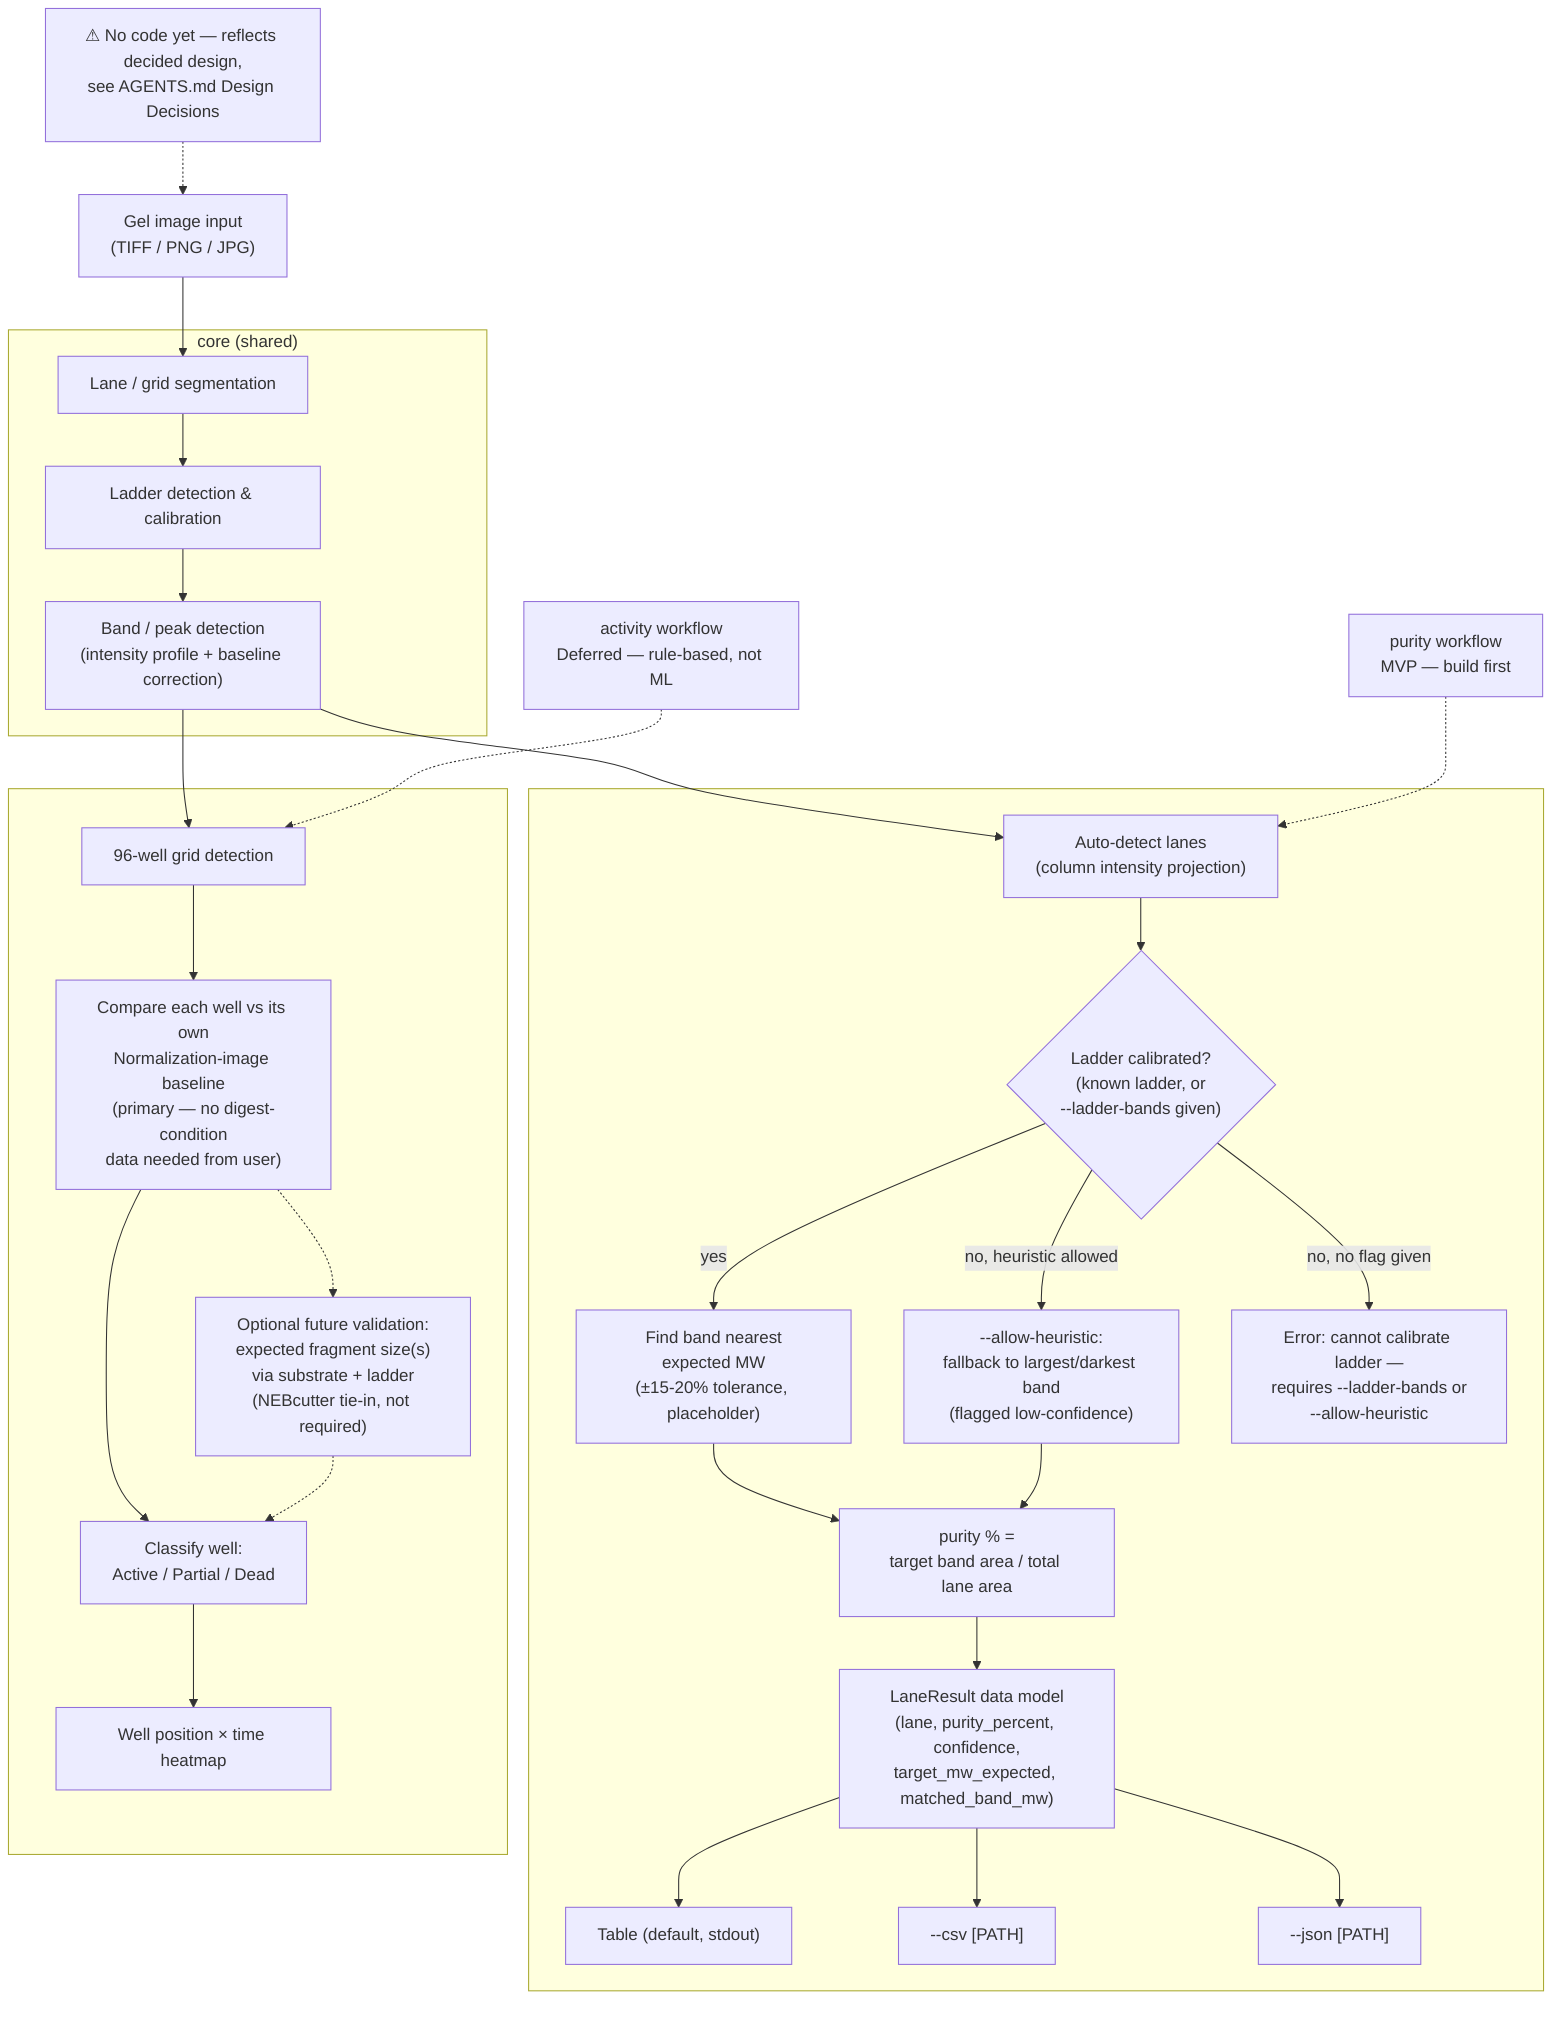
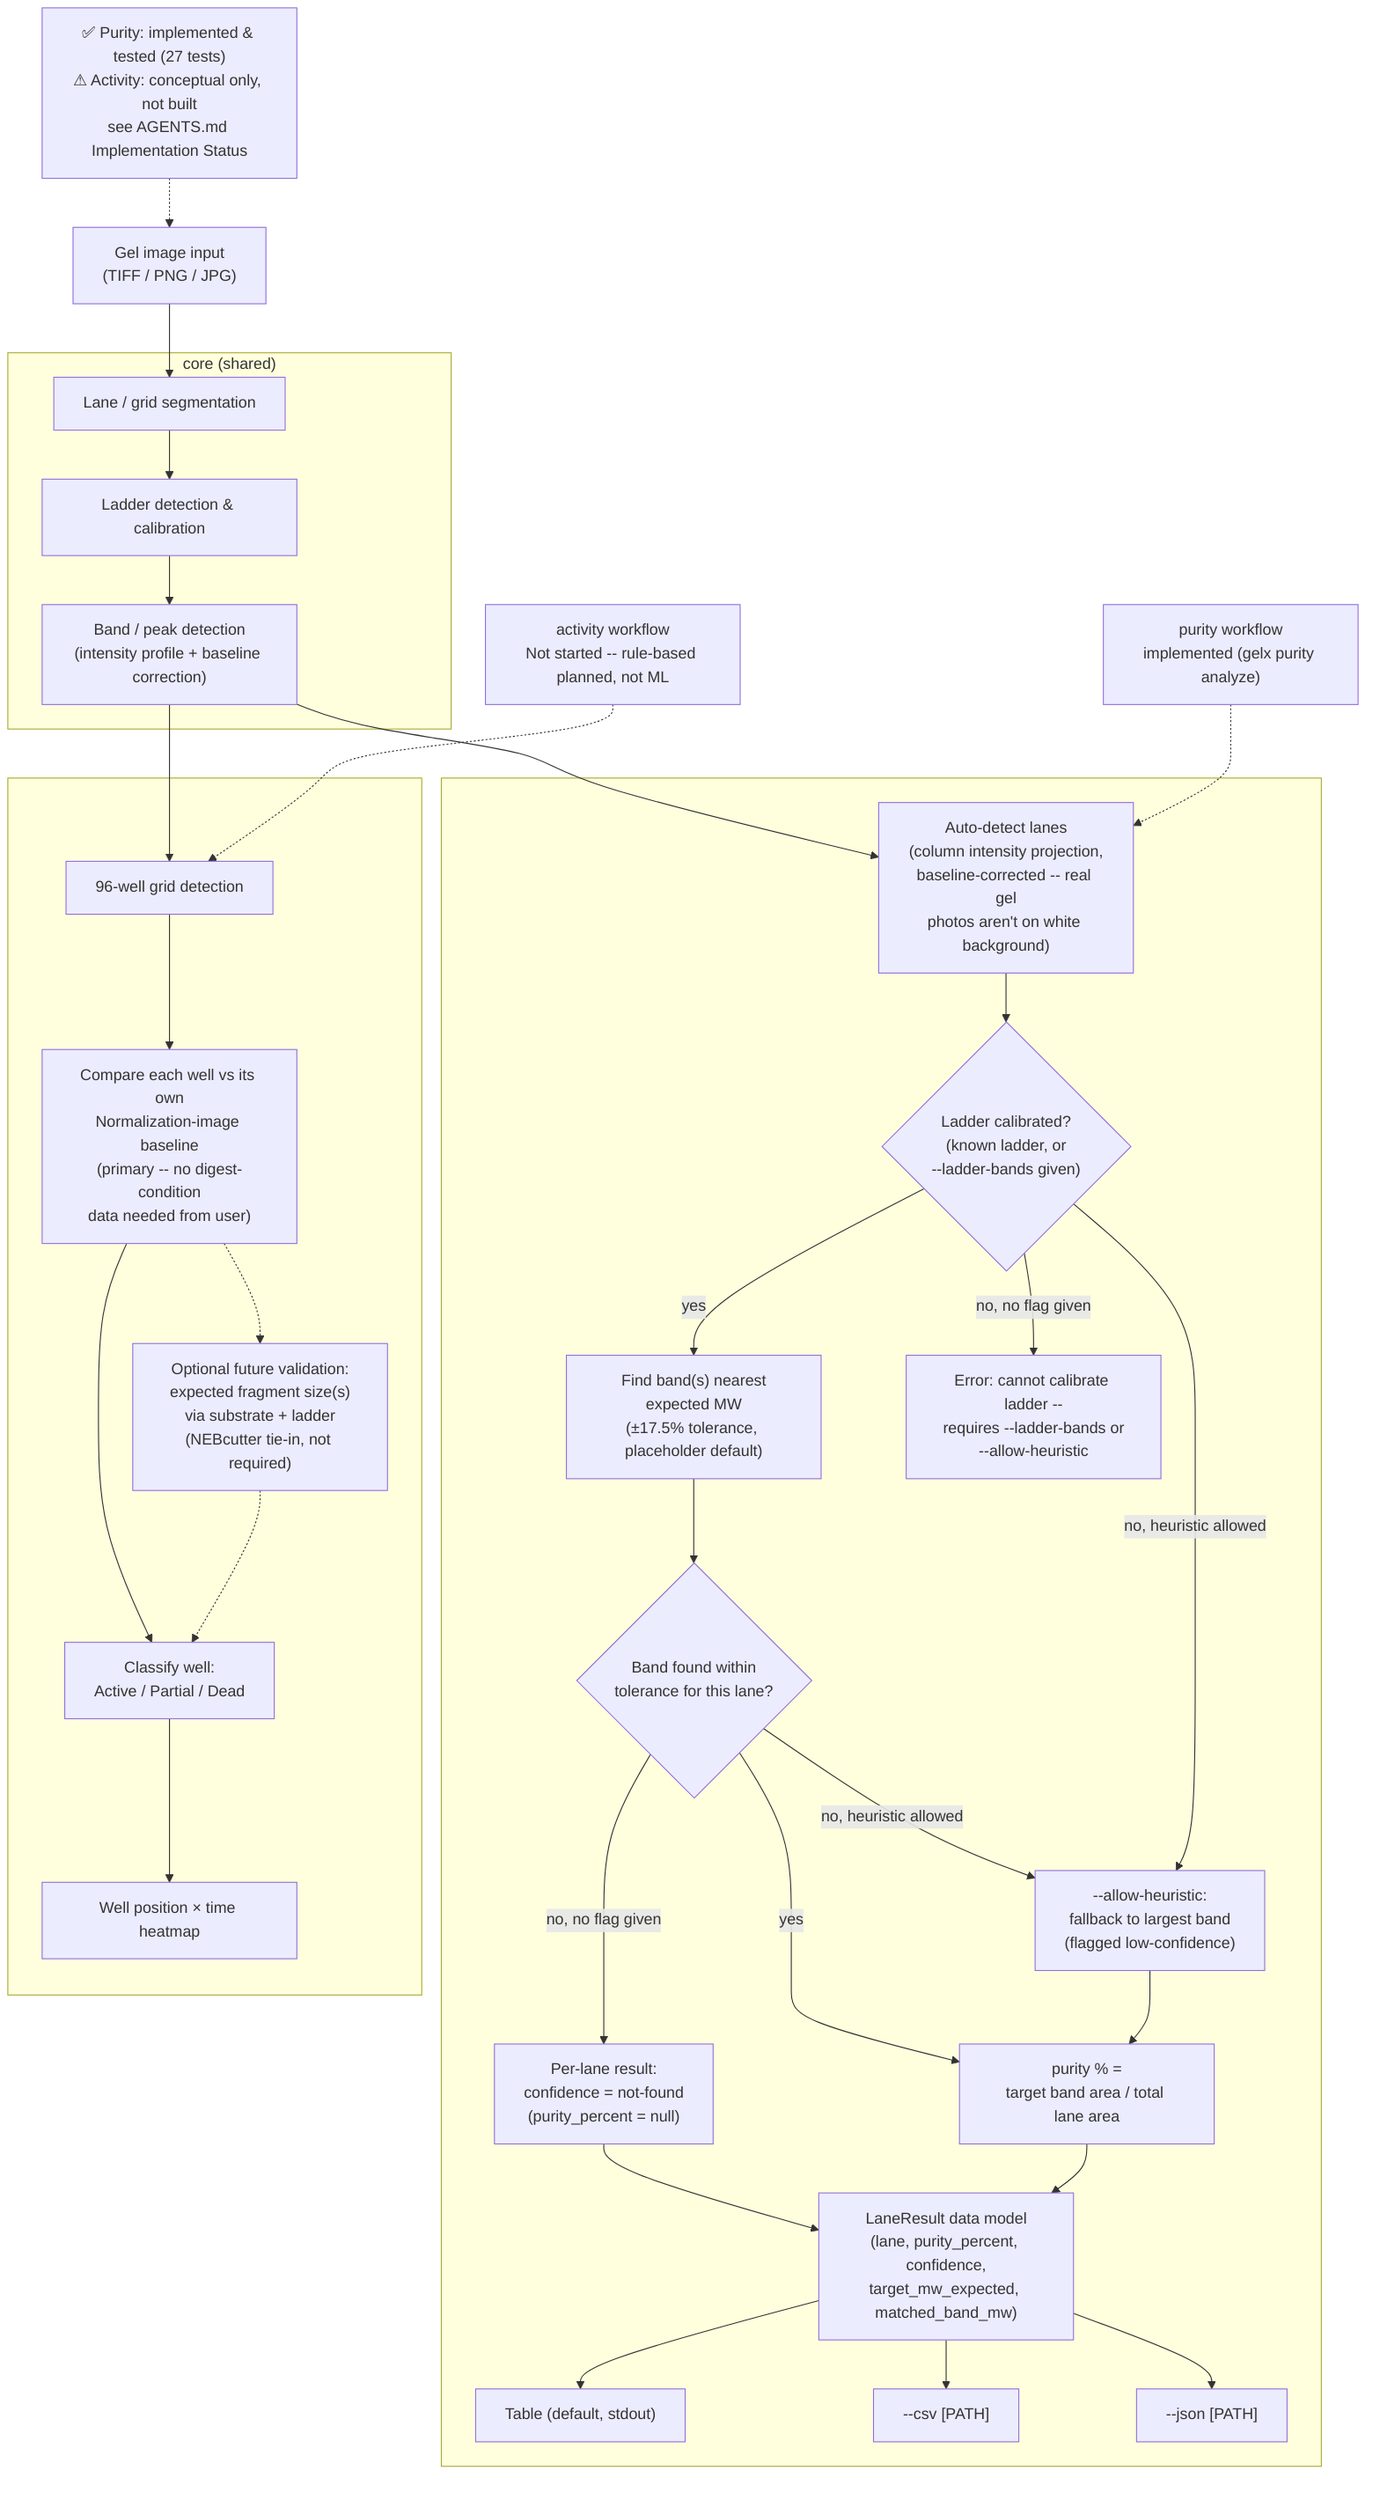
%% program-flow.mmd
- %% NOTE: No implementation exists yet. This reflects design decisions made as
- %% of 2026-07-13 (see AGENTS.md "Design Decisions"), not real code — it should
- %% be replaced with an actual class/sequence diagram once implementation
- %% exists.
+ %% NOTE: Reflects the purity workflow as actually implemented and tested
+ %% (src/gel_extractor/, 27 tests passing) plus the activity workflow's
+ %% still-conceptual design (see AGENTS.md "Design Decisions" and
+ %% "Implementation Status"). Not a full class/sequence diagram -- still a
+ %% data-flow sketch, just one grounded in working code on the purity side.

flowchart TD
-     Note["⚠ No code yet — reflects decided design,<br/>see AGENTS.md Design Decisions"]
+     Note["✅ Purity: implemented & tested (27 tests)<br/>⚠ Activity: conceptual only, not built<br/>see AGENTS.md Implementation Status"]

    Input["Gel image input<br/>(TIFF / PNG / JPG)"]

    subgraph Core["core (shared)"]
        Seg["Lane / grid segmentation"]
        Ladder["Ladder detection & calibration"]
        BandDet["Band / peak detection<br/>(intensity profile + baseline correction)"]
    end

-     PurityLabel["purity workflow<br/>MVP — build first"]
+     PurityLabel["purity workflow<br/>implemented (gelx purity analyze)"]
    subgraph PurityWF[" "]
-         AutoLane["Auto-detect lanes<br/>(column intensity projection)"]
+         AutoLane["Auto-detect lanes<br/>(column intensity projection,<br/>baseline-corrected -- real gel<br/>photos aren't on white background)"]
        LadderCal{"Ladder calibrated?<br/>(known ladder, or<br/>--ladder-bands given)"}
-         MWMatch["Find band nearest<br/>expected MW<br/>(±15-20% tolerance, placeholder)"]
-         Heuristic["--allow-heuristic:<br/>fallback to largest/darkest band<br/>(flagged low-confidence)"]
-         ErrorOut["Error: cannot calibrate ladder —<br/>requires --ladder-bands or<br/>--allow-heuristic"]
+         MWMatch["Find band(s) nearest<br/>expected MW<br/>(±17.5% tolerance, placeholder default)"]
+         MatchFound{"Band found within<br/>tolerance for this lane?"}
+         NotFound["Per-lane result:<br/>confidence = not-found<br/>(purity_percent = null)"]
+         Heuristic["--allow-heuristic:<br/>fallback to largest band<br/>(flagged low-confidence)"]
+         ErrorOut["Error: cannot calibrate ladder --<br/>requires --ladder-bands or<br/>--allow-heuristic"]
        PurityCalc["purity % =<br/>target band area / total lane area"]
        LaneResult["LaneResult data model<br/>(lane, purity_percent, confidence,<br/>target_mw_expected, matched_band_mw)"]
        TableOut["Table (default, stdout)"]
        CsvOut["--csv [PATH]"]
        JsonOut["--json [PATH]"]
    end

-     ActivityLabel["activity workflow<br/>Deferred — rule-based, not ML"]
+     ActivityLabel["activity workflow<br/>Not started -- rule-based planned, not ML"]
    subgraph ActivityWF[" "]
        GridDet["96-well grid detection"]
-         Baseline["Compare each well vs its own<br/>Normalization-image baseline<br/>(primary — no digest-condition<br/>data needed from user)"]
+         Baseline["Compare each well vs its own<br/>Normalization-image baseline<br/>(primary -- no digest-condition<br/>data needed from user)"]
        ExpectedFrag["Optional future validation:<br/>expected fragment size(s)<br/>via substrate + ladder<br/>(NEBcutter tie-in, not required)"]
        Classify["Classify well:<br/>Active / Partial / Dead"]
        Heatmap["Well position × time heatmap"]
    end

    Note -.-> Input
    Input --> Seg --> Ladder --> BandDet

    BandDet --> AutoLane
    BandDet --> GridDet
    PurityLabel -.-> AutoLane
    ActivityLabel -.-> GridDet
    AutoLane --> LadderCal
-     LadderCal -- yes --> MWMatch --> PurityCalc
-     LadderCal -- "no, heuristic allowed" --> Heuristic --> PurityCalc
+     LadderCal -- yes --> MWMatch --> MatchFound
+     MatchFound -- yes --> PurityCalc
+     MatchFound -- "no, heuristic allowed" --> Heuristic --> PurityCalc
+     MatchFound -- "no, no flag given" --> NotFound --> LaneResult
+     LadderCal -- "no, heuristic allowed" --> Heuristic
    LadderCal -- "no, no flag given" --> ErrorOut
    PurityCalc --> LaneResult
    LaneResult --> TableOut
    LaneResult --> CsvOut
    LaneResult --> JsonOut
    GridDet --> Baseline --> Classify --> Heatmap
    Baseline -.-> ExpectedFrag -.-> Classify
